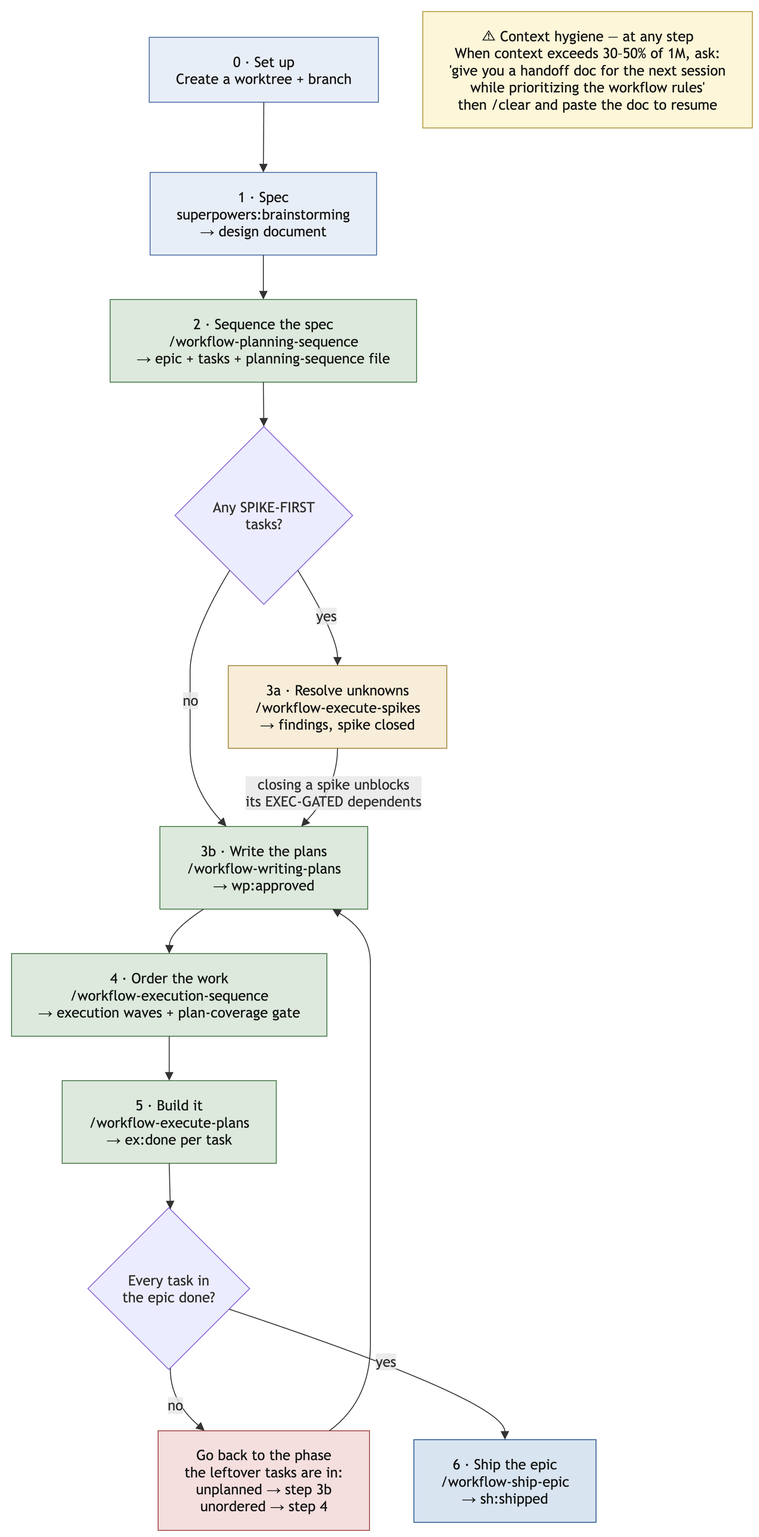
The draw.io diagram docs/workflow-process-flow.drawio.png in arkevo/beadspowers-python, before a commit. Source tidied: cells renumbered, new cells last; positions are measured from the earlier drawing's top-left corner, leaving out a move shared by most shapes.
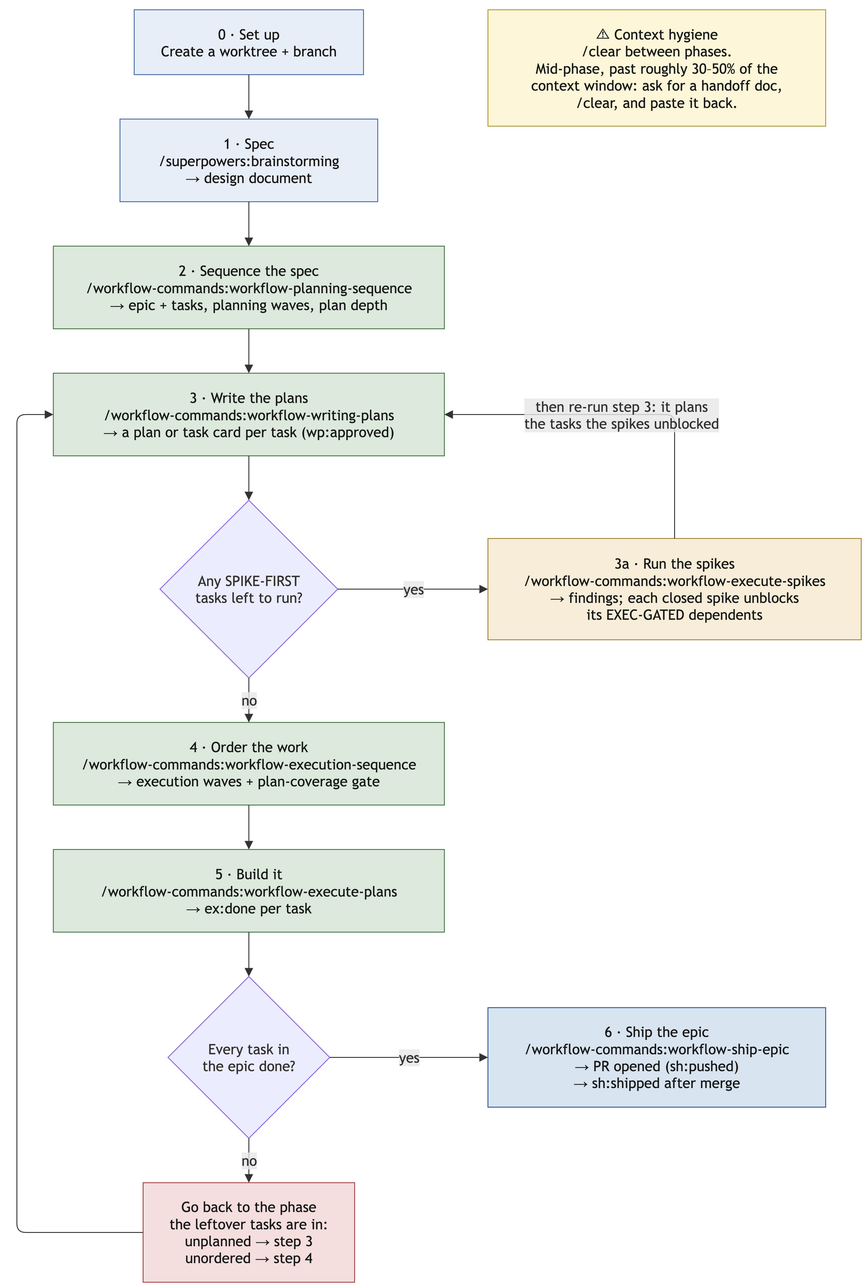
The same diagram one commit later.

Commit message:
docs: short README recipe, updated process diagram, /clear between phases

The edit, as a diff of the source:
```diff
@@ -3,112 +3,85 @@
     <mxCell id="0" />
     <mxCell id="1" parent="0" />
     <mxCell id="2" value="0 · Set up&#10;Create a worktree + branch" style="html=1;whiteSpace=wrap;strokeWidth=1;fillColor=#e8eef7;strokeColor=#4a6fa5;fontColor=#1a1a1a;fontFamily=Trebuchet MS,Verdana,Arial,sans-serif;fontSize=16;" parent="1" vertex="1">
-      <mxGeometry x="155" y="29" width="258" height="73" as="geometry" />
+      <mxGeometry x="154" y="29" width="258" height="73" as="geometry" />
     </mxCell>
-    <mxCell id="3" value="1 · Spec&#10;superpowers:brainstorming&#10;→ design document" style="html=1;whiteSpace=wrap;strokeWidth=1;fillColor=#e8eef7;strokeColor=#4a6fa5;fontColor=#1a1a1a;fontFamily=Trebuchet MS,Verdana,Arial,sans-serif;fontSize=16;" parent="1" vertex="1">
-      <mxGeometry x="156" y="181" width="255" height="93" as="geometry" />
+    <mxCell id="3" value="1 · Spec&#10;/superpowers:brainstorming&#10;→ design document" style="html=1;whiteSpace=wrap;strokeWidth=1;fillColor=#e8eef7;strokeColor=#4a6fa5;fontColor=#1a1a1a;fontFamily=Trebuchet MS,Verdana,Arial,sans-serif;fontSize=16;" parent="1" vertex="1">
+      <mxGeometry x="138" y="152" width="290" height="93" as="geometry" />
     </mxCell>
-    <mxCell id="4" value="2 · Sequence the spec&#10;/workflow-planning-sequence&#10;→ epic + tasks + planning-sequence file" style="html=1;whiteSpace=wrap;strokeWidth=1;fillColor=#dce9dc;strokeColor=#4a7a4a;fontColor=#1a1a1a;fontFamily=Trebuchet MS,Verdana,Arial,sans-serif;fontSize=16;" parent="1" vertex="1">
-      <mxGeometry x="111" y="324" width="345" height="93" as="geometry" />
+    <mxCell id="4" value="2 · Sequence the spec&#10;/workflow-commands:workflow-planning-sequence&#10;→ epic + tasks, planning waves, plan depth" style="html=1;whiteSpace=wrap;strokeWidth=1;fillColor=#dce9dc;strokeColor=#4a7a4a;fontColor=#1a1a1a;fontFamily=Trebuchet MS,Verdana,Arial,sans-serif;fontSize=16;" parent="1" vertex="1">
+      <mxGeometry x="63" y="295" width="440" height="93" as="geometry" />
     </mxCell>
+    <mxCell id="7" value="3 · Write the plans&#10;/workflow-commands:workflow-writing-plans&#10;→ a plan or task card per task (wp:approved)" style="html=1;whiteSpace=wrap;strokeWidth=1;fillColor=#dce9dc;strokeColor=#4a7a4a;fontColor=#1a1a1a;fontFamily=Trebuchet MS,Verdana,Arial,sans-serif;fontSize=16;" parent="1" vertex="1">
+      <mxGeometry x="63" y="438" width="440" height="93" as="geometry" />
+    </mxCell>
-    <mxCell id="5" value="Any SPIKE-FIRST&#10;tasks?" style="rhombus;html=1;strokeWidth=1;whiteSpace=wrap;fillColor=light-dark(#ECECFF,#1f2020);strokeColor=light-dark(#9370DB,#cccccc);fontColor=light-dark(#333333,#cccccc);fontFamily=Trebuchet MS,Verdana,Arial,sans-serif;fontSize=16;" parent="1" vertex="1">
-      <mxGeometry x="184" y="467" width="200" height="200" as="geometry" />
+    <mxCell id="5" value="Any SPIKE-FIRST&#10;tasks left to run?" style="rhombus;html=1;strokeWidth=1;whiteSpace=wrap;fillColor=light-dark(#ECECFF,#1f2020);strokeColor=light-dark(#9370DB,#cccccc);fontColor=light-dark(#333333,#cccccc);fontFamily=Trebuchet MS,Verdana,Arial,sans-serif;fontSize=16;" parent="1" vertex="1">
+      <mxGeometry x="183" y="581" width="200" height="200" as="geometry" />
     </mxCell>
-    <mxCell id="6" value="3a · Resolve unknowns&#10;/workflow-execute-spikes&#10;→ findings, spike closed" style="html=1;whiteSpace=wrap;strokeWidth=1;fillColor=#f7edd8;strokeColor=#a5883f;fontColor=#1a1a1a;fontFamily=Trebuchet MS,Verdana,Arial,sans-serif;fontSize=16;" parent="1" vertex="1">
-      <mxGeometry x="244" y="736" width="246" height="93" as="geometry" />
+    <mxCell id="6" value="3a · Run the spikes&#10;/workflow-commands:workflow-execute-spikes&#10;→ findings; each closed spike unblocks&#10;its EXEC-GATED dependents" style="html=1;whiteSpace=wrap;strokeWidth=1;fillColor=#f7edd8;strokeColor=#a5883f;fontColor=#1a1a1a;fontFamily=Trebuchet MS,Verdana,Arial,sans-serif;fontSize=16;" parent="1" vertex="1">
+      <mxGeometry x="552" y="624" width="420" height="114" as="geometry" />
     </mxCell>
-    <mxCell id="7" value="3b · Write the plans&#10;/workflow-writing-plans&#10;→ wp:approved" style="html=1;whiteSpace=wrap;strokeWidth=1;fillColor=#dce9dc;strokeColor=#4a7a4a;fontColor=#1a1a1a;fontFamily=Trebuchet MS,Verdana,Arial,sans-serif;fontSize=16;" parent="1" vertex="1">
-      <mxGeometry x="167" y="917" width="234" height="93" as="geometry" />
-    </mxCell>
-    <mxCell id="8" value="4 · Order the work&#10;/workflow-execution-sequence&#10;→ execution waves + plan-coverage gate" style="html=1;whiteSpace=wrap;strokeWidth=1;fillColor=#dce9dc;strokeColor=#4a7a4a;fontColor=#1a1a1a;fontFamily=Trebuchet MS,Verdana,Arial,sans-serif;fontSize=16;" parent="1" vertex="1">
-      <mxGeometry y="1060" width="355" height="93" as="geometry" />
+    <mxCell id="8" value="4 · Order the work&#10;/workflow-commands:workflow-execution-sequence&#10;→ execution waves + plan-coverage gate" style="html=1;whiteSpace=wrap;strokeWidth=1;fillColor=#dce9dc;strokeColor=#4a7a4a;fontColor=#1a1a1a;fontFamily=Trebuchet MS,Verdana,Arial,sans-serif;fontSize=16;" parent="1" vertex="1">
+      <mxGeometry x="63" y="831" width="440" height="93" as="geometry" />
     </mxCell>
-    <mxCell id="9" value="5 · Build it&#10;/workflow-execute-plans&#10;→ ex:done per task" style="html=1;whiteSpace=wrap;strokeWidth=1;fillColor=#dce9dc;strokeColor=#4a7a4a;fontColor=#1a1a1a;fontFamily=Trebuchet MS,Verdana,Arial,sans-serif;fontSize=16;" parent="1" vertex="1">
-      <mxGeometry x="57" y="1203" width="241" height="93" as="geometry" />
+    <mxCell id="9" value="5 · Build it&#10;/workflow-commands:workflow-execute-plans&#10;→ ex:done per task" style="html=1;whiteSpace=wrap;strokeWidth=1;fillColor=#dce9dc;strokeColor=#4a7a4a;fontColor=#1a1a1a;fontFamily=Trebuchet MS,Verdana,Arial,sans-serif;fontSize=16;" parent="1" vertex="1">
+      <mxGeometry x="63" y="974" width="440" height="93" as="geometry" />
     </mxCell>
     <mxCell id="10" value="Every task in&#10;the epic done?" style="rhombus;html=1;strokeWidth=1;whiteSpace=wrap;fillColor=light-dark(#ECECFF,#1f2020);strokeColor=light-dark(#9370DB,#cccccc);fontColor=light-dark(#333333,#cccccc);fontFamily=Trebuchet MS,Verdana,Arial,sans-serif;fontSize=16;" parent="1" vertex="1">
-      <mxGeometry x="86" y="1346" width="182" height="182" as="geometry" />
+      <mxGeometry x="192" y="1117" width="182" height="182" as="geometry" />
     </mxCell>
-    <mxCell id="11" value="6 · Ship the epic&#10;/workflow-ship-epic&#10;→ sh:shipped" style="html=1;whiteSpace=wrap;strokeWidth=1;fillColor=#d8e4f0;strokeColor=#2f5c94;fontColor=#1a1a1a;fontFamily=Trebuchet MS,Verdana,Arial,sans-serif;fontSize=16;" parent="1" vertex="1">
-      <mxGeometry x="453" y="1607" width="205" height="93" as="geometry" />
+    <mxCell id="11" value="6 · Ship the epic&#10;/workflow-commands:workflow-ship-epic&#10;→ PR opened (sh:pushed)&#10;→ sh:shipped after merge" style="html=1;whiteSpace=wrap;strokeWidth=1;fillColor=#d8e4f0;strokeColor=#2f5c94;fontColor=#1a1a1a;fontFamily=Trebuchet MS,Verdana,Arial,sans-serif;fontSize=16;" parent="1" vertex="1">
+      <mxGeometry x="552" y="1152" width="380" height="112" as="geometry" />
     </mxCell>
-    <mxCell id="12" value="Go back to the phase&#10;the leftover tasks are in:&#10;unplanned → step 3b&#10;unordered → step 4" style="html=1;whiteSpace=wrap;strokeWidth=1;fillColor=#f5dede;strokeColor=#a34a4a;fontColor=#1a1a1a;fontFamily=Trebuchet MS,Verdana,Arial,sans-serif;fontSize=16;" parent="1" vertex="1">
-      <mxGeometry x="165" y="1597" width="238" height="112" as="geometry" />
+    <mxCell id="12" value="Go back to the phase&#10;the leftover tasks are in:&#10;unplanned → step 3&#10;unordered → step 4" style="html=1;whiteSpace=wrap;strokeWidth=1;fillColor=#f5dede;strokeColor=#a34a4a;fontColor=#1a1a1a;fontFamily=Trebuchet MS,Verdana,Arial,sans-serif;fontSize=16;" parent="1" vertex="1">
+      <mxGeometry x="164" y="1349" width="238" height="112" as="geometry" />
     </mxCell>
-    <mxCell id="13" value="⚠ Context hygiene — at any step&#10;When context exceeds 30–50% of 1M, ask:&#10;'give you a handoff doc for the next session&#10;while prioritizing the workflow rules'&#10;then /clear and paste the doc to resume" style="html=1;whiteSpace=wrap;strokeWidth=1;fillColor=#fdf6d8;strokeColor=#b09a3c;fontColor=#1a1a1a;fontFamily=Trebuchet MS,Verdana,Arial,sans-serif;fontSize=16;" parent="1" vertex="1">
-      <mxGeometry x="463" width="371" height="131" as="geometry" />
+    <mxCell id="13" value="⚠ Context hygiene&#10;/clear between phases.&#10;Mid-phase, past roughly 30–50% of the&#10;context window: ask for a handoff doc,&#10;/clear, and paste it back." style="html=1;whiteSpace=wrap;strokeWidth=1;fillColor=#fdf6d8;strokeColor=#b09a3c;fontColor=#1a1a1a;fontFamily=Trebuchet MS,Verdana,Arial,sans-serif;fontSize=16;" parent="1" vertex="1">
+      <mxGeometry x="552" y="29" width="380" height="131" as="geometry" />
     </mxCell>
-    <mxCell id="14" style="curved=1;startArrow=none;endArrow=block;endSize=7;strokeColor=light-dark(#333333,#cccccc);exitX=0.5;exitY=1;entryX=0.5;entryY=0;" parent="1" edge="1" source="2" target="3">
+    <mxCell id="14" style="edgeStyle=orthogonalEdgeStyle;rounded=1;startArrow=none;endArrow=block;endSize=7;strokeColor=light-dark(#333333,#cccccc);exitX=0.5;exitY=1;entryX=0.5;entryY=0;" parent="1" edge="1" source="2" target="3">
       <mxGeometry relative="1" as="geometry" />
     </mxCell>
-    <mxCell id="15" style="curved=1;startArrow=none;endArrow=block;endSize=7;strokeColor=light-dark(#333333,#cccccc);exitX=0.5;exitY=1;entryX=0.5;entryY=0;" parent="1" edge="1" source="3" target="4">
+    <mxCell id="15" style="edgeStyle=orthogonalEdgeStyle;rounded=1;startArrow=none;endArrow=block;endSize=7;strokeColor=light-dark(#333333,#cccccc);exitX=0.5;exitY=1;entryX=0.5;entryY=0;" parent="1" edge="1" source="3" target="4">
       <mxGeometry relative="1" as="geometry" />
     </mxCell>
-    <mxCell id="16" style="curved=1;startArrow=none;endArrow=block;endSize=7;strokeColor=light-dark(#333333,#cccccc);exitX=0.5;exitY=1;entryX=0.5;entryY=0;" parent="1" edge="1" source="4" target="5">
+    <mxCell id="16" style="edgeStyle=orthogonalEdgeStyle;rounded=1;startArrow=none;endArrow=block;endSize=7;strokeColor=light-dark(#333333,#cccccc);exitX=0.5;exitY=1;entryX=0.5;entryY=0;" parent="1" edge="1" source="4" target="7">
       <mxGeometry relative="1" as="geometry" />
     </mxCell>
-    <mxCell id="17" value="yes" style="curved=1;startArrow=none;endArrow=block;endSize=7;strokeColor=light-dark(#333333,#cccccc);html=1;fontSize=16;labelBackgroundColor=light-dark(#E8E8E88D,#2a2a2a8D);fontFamily=Trebuchet MS,Verdana,Arial,sans-serif;fontColor=light-dark(#333333,#cccccc);exitX=0.81;exitY=1;entryX=0.5;entryY=0;" parent="1" edge="1" source="5" target="6">
-      <mxGeometry relative="1" as="geometry">
-        <Array as="points">
-          <mxPoint x="367" y="702" />
-        </Array>
-      </mxGeometry>
+    <mxCell id="17" style="edgeStyle=orthogonalEdgeStyle;rounded=1;startArrow=none;endArrow=block;endSize=7;strokeColor=light-dark(#333333,#cccccc);exitX=0.5;exitY=1;entryX=0.5;entryY=0;" parent="1" edge="1" source="7" target="5">
+      <mxGeometry relative="1" as="geometry" />
     </mxCell>
-    <mxCell id="18" value="no" style="curved=1;startArrow=none;endArrow=block;endSize=7;strokeColor=light-dark(#333333,#cccccc);html=1;fontSize=16;labelBackgroundColor=light-dark(#E8E8E88D,#2a2a2a8D);fontFamily=Trebuchet MS,Verdana,Arial,sans-serif;fontColor=light-dark(#333333,#cccccc);exitX=0.19;exitY=1;entryX=0.32;entryY=0;" parent="1" edge="1" source="5" target="7">
-      <mxGeometry relative="1" as="geometry">
-        <Array as="points">
-          <mxPoint x="201" y="702" />
-          <mxPoint x="201" y="783" />
-          <mxPoint x="201" y="873" />
-        </Array>
-      </mxGeometry>
+    <mxCell id="18" value="yes" style="edgeStyle=orthogonalEdgeStyle;rounded=1;startArrow=none;endArrow=block;endSize=7;strokeColor=light-dark(#333333,#cccccc);html=1;fontSize=16;labelBackgroundColor=light-dark(#E8E8E88D,#2a2a2a8D);fontFamily=Trebuchet MS,Verdana,Arial,sans-serif;fontColor=light-dark(#333333,#cccccc);exitX=1;exitY=0.5;entryX=0;entryY=0.5;" parent="1" edge="1" source="5" target="6">
+      <mxGeometry relative="1" as="geometry" />
     </mxCell>
-    <mxCell id="19" value="closing a spike unblocks&#10;its EXEC-GATED dependents" style="curved=1;startArrow=none;endArrow=block;endSize=7;strokeColor=light-dark(#333333,#cccccc);html=1;fontSize=16;labelBackgroundColor=light-dark(#E8E8E88D,#2a2a2a8D);fontFamily=Trebuchet MS,Verdana,Arial,sans-serif;fontColor=light-dark(#333333,#cccccc);exitX=0.5;exitY=1;entryX=0.68;entryY=0;" parent="1" edge="1" source="6" target="7">
+    <mxCell id="19" value="then re-run step 3: it plans&#10;the tasks the spikes unblocked" style="edgeStyle=orthogonalEdgeStyle;rounded=1;startArrow=none;endArrow=block;endSize=7;strokeColor=light-dark(#333333,#cccccc);html=1;fontSize=16;labelBackgroundColor=light-dark(#E8E8E88D,#2a2a2a8D);fontFamily=Trebuchet MS,Verdana,Arial,sans-serif;fontColor=light-dark(#333333,#cccccc);exitX=0.5;exitY=0;entryX=1;entryY=0.5;" parent="1" edge="1" source="6" target="7">
       <mxGeometry relative="1" as="geometry">
         <Array as="points">
-          <mxPoint x="367" y="873" />
+          <mxPoint x="762" y="484" />
         </Array>
       </mxGeometry>
     </mxCell>
-    <mxCell id="20" style="curved=1;startArrow=none;endArrow=block;endSize=7;strokeColor=light-dark(#333333,#cccccc);exitX=0.21;exitY=1;entryX=0.5;entryY=0;" parent="1" edge="1" source="7" target="8">
-      <mxGeometry relative="1" as="geometry">
-        <Array as="points">
-          <mxPoint x="178" y="1035" />
-        </Array>
-      </mxGeometry>
+    <mxCell id="20" value="no" style="edgeStyle=orthogonalEdgeStyle;rounded=1;startArrow=none;endArrow=block;endSize=7;strokeColor=light-dark(#333333,#cccccc);html=1;fontSize=16;labelBackgroundColor=light-dark(#E8E8E88D,#2a2a2a8D);fontFamily=Trebuchet MS,Verdana,Arial,sans-serif;fontColor=light-dark(#333333,#cccccc);exitX=0.5;exitY=1;entryX=0.5;entryY=0;" parent="1" edge="1" source="5" target="8">
+      <mxGeometry relative="1" as="geometry" />
     </mxCell>
-    <mxCell id="21" style="curved=1;startArrow=none;endArrow=block;endSize=7;strokeColor=light-dark(#333333,#cccccc);exitX=0.5;exitY=1;entryX=0.5;entryY=0;" parent="1" edge="1" source="8" target="9">
+    <mxCell id="21" style="edgeStyle=orthogonalEdgeStyle;rounded=1;startArrow=none;endArrow=block;endSize=7;strokeColor=light-dark(#333333,#cccccc);exitX=0.5;exitY=1;entryX=0.5;entryY=0;" parent="1" edge="1" source="8" target="9">
       <mxGeometry relative="1" as="geometry" />
     </mxCell>
-    <mxCell id="22" style="curved=1;startArrow=none;endArrow=block;endSize=7;strokeColor=light-dark(#333333,#cccccc);exitX=0.5;exitY=1;entryX=0.51;entryY=0;" parent="1" edge="1" source="9" target="10">
+    <mxCell id="22" style="edgeStyle=orthogonalEdgeStyle;rounded=1;startArrow=none;endArrow=block;endSize=7;strokeColor=light-dark(#333333,#cccccc);exitX=0.5;exitY=1;entryX=0.5;entryY=0;" parent="1" edge="1" source="9" target="10">
       <mxGeometry relative="1" as="geometry" />
     </mxCell>
-    <mxCell id="23" value="no" style="curved=1;startArrow=none;endArrow=block;endSize=7;strokeColor=light-dark(#333333,#cccccc);html=1;fontSize=16;labelBackgroundColor=light-dark(#E8E8E88D,#2a2a2a8D);fontFamily=Trebuchet MS,Verdana,Arial,sans-serif;fontColor=light-dark(#333333,#cccccc);exitX=0.51;exitY=1;entryX=0.22;entryY=0;" parent="1" edge="1" source="10" target="12">
-      <mxGeometry relative="1" as="geometry">
-        <Array as="points">
-          <mxPoint x="178" y="1563" />
-        </Array>
-      </mxGeometry>
+    <mxCell id="23" value="no" style="edgeStyle=orthogonalEdgeStyle;rounded=1;startArrow=none;endArrow=block;endSize=7;strokeColor=light-dark(#333333,#cccccc);html=1;fontSize=16;labelBackgroundColor=light-dark(#E8E8E88D,#2a2a2a8D);fontFamily=Trebuchet MS,Verdana,Arial,sans-serif;fontColor=light-dark(#333333,#cccccc);exitX=0.5;exitY=1;entryX=0.5;entryY=0;" parent="1" edge="1" source="10" target="12">
+      <mxGeometry relative="1" as="geometry" />
     </mxCell>
-    <mxCell id="24" style="curved=1;startArrow=none;endArrow=block;endSize=7;strokeColor=light-dark(#333333,#cccccc);exitX=0.81;exitY=0;entryX=0.83;entryY=1;" parent="1" edge="1" source="12" target="7">
+    <mxCell id="24" style="edgeStyle=orthogonalEdgeStyle;rounded=1;startArrow=none;endArrow=block;endSize=7;strokeColor=light-dark(#333333,#cccccc);exitX=0;exitY=0.5;entryX=0;entryY=0.5;" parent="1" edge="1" source="12" target="7">
       <mxGeometry relative="1" as="geometry">
         <Array as="points">
-          <mxPoint x="404" y="1563" />
-          <mxPoint x="404" y="1437" />
-          <mxPoint x="404" y="1321" />
-          <mxPoint x="404" y="1250" />
-          <mxPoint x="404" y="1178" />
-          <mxPoint x="404" y="1107" />
-          <mxPoint x="404" y="1035" />
+          <mxPoint x="22" y="1405" />
+          <mxPoint x="22" y="484" />
         </Array>
       </mxGeometry>
     </mxCell>
-    <mxCell id="25" value="yes" style="curved=1;startArrow=none;endArrow=block;endSize=7;strokeColor=light-dark(#333333,#cccccc);html=1;fontSize=16;labelBackgroundColor=light-dark(#E8E8E88D,#2a2a2a8D);fontFamily=Trebuchet MS,Verdana,Arial,sans-serif;fontColor=light-dark(#333333,#cccccc);exitX=1;exitY=0.67;entryX=0.5;entryY=0;" parent="1" edge="1" source="10" target="11">
-      <mxGeometry relative="1" as="geometry">
-        <Array as="points">
-          <mxPoint x="555" y="1563" />
-        </Array>
-      </mxGeometry>
+    <mxCell id="25" value="yes" style="edgeStyle=orthogonalEdgeStyle;rounded=1;startArrow=none;endArrow=block;endSize=7;strokeColor=light-dark(#333333,#cccccc);html=1;fontSize=16;labelBackgroundColor=light-dark(#E8E8E88D,#2a2a2a8D);fontFamily=Trebuchet MS,Verdana,Arial,sans-serif;fontColor=light-dark(#333333,#cccccc);exitX=1;exitY=0.5;entryX=0;entryY=0.5;" parent="1" edge="1" source="10" target="11">
+      <mxGeometry relative="1" as="geometry" />
     </mxCell>
   </root>
 </mxGraphModel>
```
